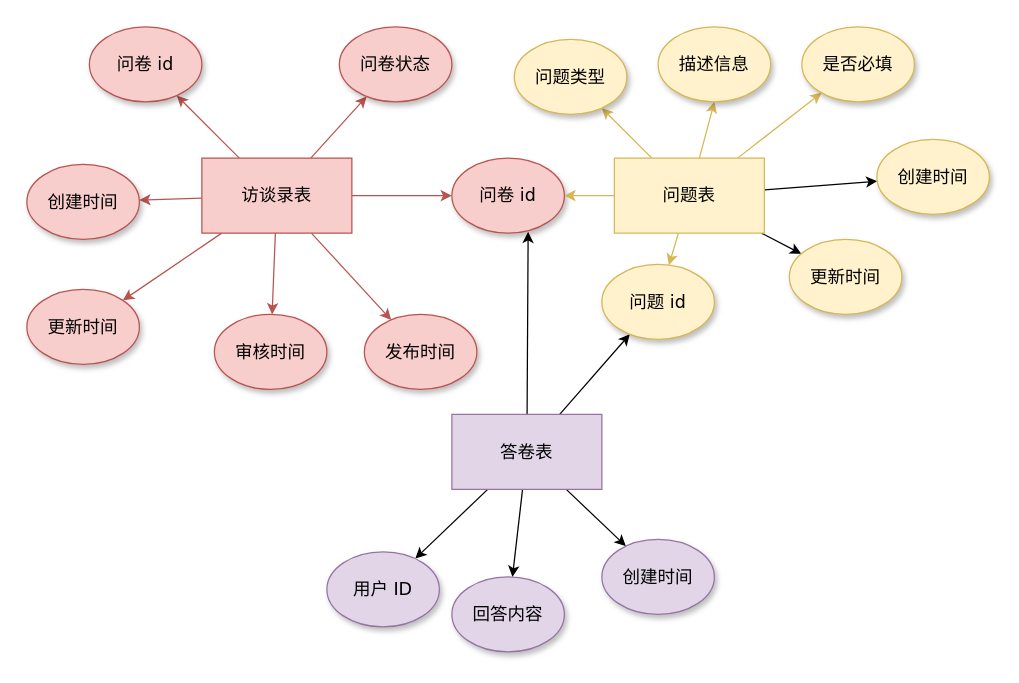
This is 访谈录ER.drawio from Eurkon/Diagrams, a draw.io file, before an edit. Source tidied: cells renumbered, new cells numbered last; positions are measured from the earlier drawing's top-left corner, leaving out a move shared by most shapes. Both pictures are drawn from the tidied source at 125%, with x=0, y=0 at pixel (26, 26).
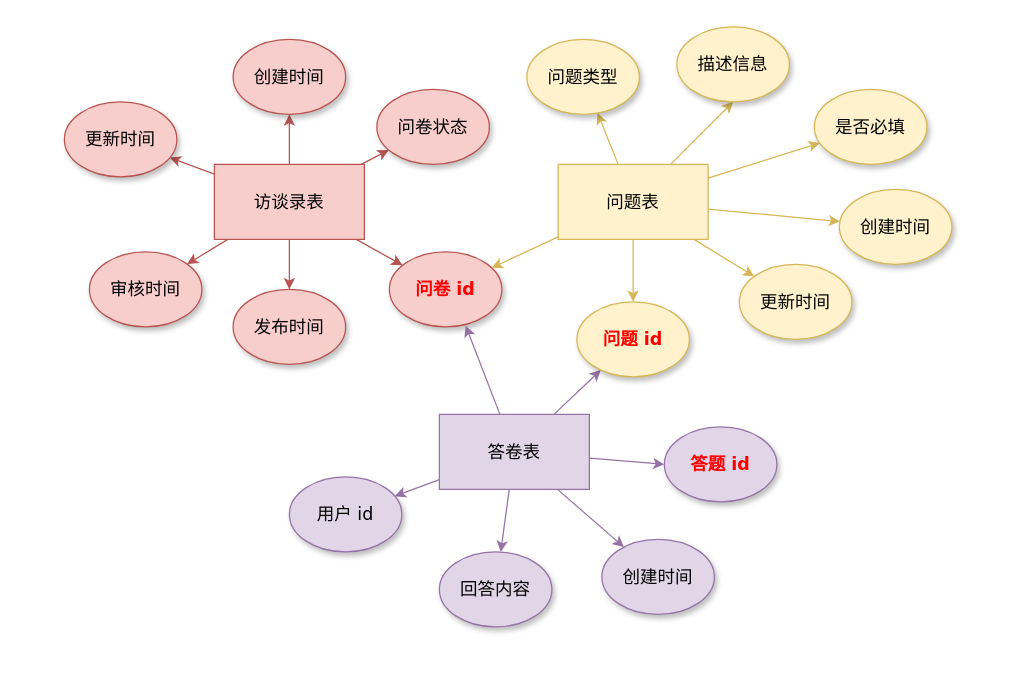
The same diagram, later.

Commit message (it also covers changes not shown here):
更新访谈录ER.drawio

The change refers to these unchanged cells:
```xml
<mxCell id="39" value="创建时间" style="ellipse;whiteSpace=wrap;html=1;rounded=0;shadow=1;comic=0;labelBackgroundColor=none;strokeWidth=1;fontFamily=Verdana;fontSize=14;align=center;fillColor=#e1d5e7;strokeColor=#9673a6;" parent="1" vertex="1">
  <mxGeometry x="460" y="410" width="90" height="60" as="geometry" />
</mxCell>
```

What changed in the source:
```diff
@@
-    <mxCell id="2" value="问卷 id" style="ellipse;whiteSpace=wrap;html=1;rounded=0;shadow=1;comic=0;labelBackgroundColor=none;strokeWidth=1;fontFamily=Verdana;fontSize=14;align=center;fillColor=#f8cecc;strokeColor=#b85450;gradientDirection=east;" parent="1" vertex="1">
-      <mxGeometry x="340" y="105" width="90" height="60" as="geometry" />
+    <mxCell id="2" value="&lt;b&gt;&lt;font color=&quot;#ff0000&quot;&gt;问卷 id&lt;/font&gt;&lt;/b&gt;" style="ellipse;whiteSpace=wrap;html=1;rounded=0;shadow=1;comic=0;labelBackgroundColor=none;strokeWidth=1;fontFamily=Verdana;fontSize=14;align=center;fillColor=#f8cecc;strokeColor=#b85450;gradientDirection=east;" parent="1" vertex="1">
+      <mxGeometry x="290" y="180" width="90" height="60" as="geometry" />
     </mxCell>
@@
-    <mxCell id="8" style="edgeStyle=none;rounded=0;jettySize=auto;html=1;fontSize=14;fillColor=#f8cecc;strokeColor=#b85450;" parent="1" edge="1" source="10" target="29">
-      <mxGeometry relative="1" as="geometry" />
-    </mxCell>
-    <mxCell id="9" style="edgeStyle=none;rounded=0;jettySize=auto;html=1;entryX=1;entryY=0;entryDx=0;entryDy=0;fontSize=14;fillColor=#f8cecc;strokeColor=#b85450;" parent="1" edge="1" source="10" target="35">
+    <mxCell id="9" style="edgeStyle=none;rounded=0;jettySize=auto;html=1;fontSize=14;fillColor=#f8cecc;strokeColor=#b85450;" parent="1" edge="1" source="10" target="35">
       <mxGeometry relative="1" as="geometry" />
     </mxCell>
     <mxCell id="10" value="访谈录表" style="rounded=0;whiteSpace=wrap;html=1;fontSize=14;fillColor=#f8cecc;strokeColor=#b85450;" parent="1" vertex="1">
-      <mxGeometry x="140" y="105" width="120" height="60" as="geometry" />
+      <mxGeometry x="150" y="110" width="120" height="60" as="geometry" />
     </mxCell>
-    <mxCell id="11" style="edgeStyle=none;rounded=0;jettySize=auto;html=1;entryX=1;entryY=0.5;entryDx=0;entryDy=0;fontSize=14;fillColor=#fff2cc;strokeColor=#d6b656;" parent="1" edge="1" source="18" target="2">
-      <mxGeometry relative="1" as="geometry" />
-    </mxCell>
@@
-    <mxCell id="16" style="edgeStyle=none;rounded=0;jettySize=auto;html=1;fontSize=14;" parent="1" edge="1" source="18" target="36">
+    <mxCell id="16" style="edgeStyle=none;rounded=0;jettySize=auto;html=1;fontSize=14;fillColor=#fff2cc;strokeColor=#d6b656;" parent="1" edge="1" source="18" target="36">
       <mxGeometry relative="1" as="geometry" />
     </mxCell>
-    <mxCell id="17" style="edgeStyle=none;rounded=0;jettySize=auto;html=1;fontSize=14;" parent="1" edge="1" source="18" target="37">
+    <mxCell id="17" style="edgeStyle=none;rounded=0;jettySize=auto;html=1;fontSize=14;fillColor=#fff2cc;strokeColor=#d6b656;" parent="1" edge="1" source="18" target="37">
       <mxGeometry relative="1" as="geometry" />
     </mxCell>
+    <mxCell id="11" style="edgeStyle=none;rounded=0;jettySize=auto;html=1;fontSize=14;fillColor=#fff2cc;strokeColor=#d6b656;" parent="1" edge="1" source="18" target="2">
+      <mxGeometry relative="1" as="geometry" />
+    </mxCell>
     <mxCell id="18" value="问题表" style="rounded=0;whiteSpace=wrap;html=1;fontSize=14;fillColor=#fff2cc;strokeColor=#d6b656;" parent="1" vertex="1">
-      <mxGeometry x="470" y="105" width="120" height="60" as="geometry" />
+      <mxGeometry x="425" y="110" width="120" height="60" as="geometry" />
     </mxCell>
-    <mxCell id="19" style="edgeStyle=none;rounded=0;jettySize=auto;html=1;entryX=0.678;entryY=0.983;entryDx=0;entryDy=0;entryPerimeter=0;fontSize=14;" parent="1" edge="1" source="24" target="2">
+    <mxCell id="19" style="edgeStyle=none;rounded=0;jettySize=auto;html=1;entryX=0.678;entryY=0.983;entryDx=0;entryDy=0;entryPerimeter=0;fontSize=14;fillColor=#e1d5e7;strokeColor=#9673a6;" parent="1" edge="1" source="24" target="2">
       <mxGeometry relative="1" as="geometry" />
     </mxCell>
-    <mxCell id="20" style="edgeStyle=none;rounded=0;jettySize=auto;html=1;fontSize=14;" parent="1" edge="1" source="24" target="30">
+    <mxCell id="20" style="edgeStyle=none;rounded=0;jettySize=auto;html=1;fontSize=14;fillColor=#e1d5e7;strokeColor=#9673a6;" parent="1" edge="1" source="24" target="30">
       <mxGeometry relative="1" as="geometry" />
     </mxCell>
-    <mxCell id="21" style="edgeStyle=none;rounded=0;jettySize=auto;html=1;fontSize=14;" parent="1" edge="1" source="24" target="34">
+    <mxCell id="21" style="edgeStyle=none;rounded=0;jettySize=auto;html=1;fontSize=14;fillColor=#e1d5e7;strokeColor=#9673a6;" parent="1" edge="1" source="24" target="34">
       <mxGeometry relative="1" as="geometry" />
     </mxCell>
-    <mxCell id="22" style="edgeStyle=none;rounded=0;jettySize=auto;html=1;fontSize=14;" parent="1" edge="1" source="24" target="38">
+    <mxCell id="22" style="edgeStyle=none;rounded=0;jettySize=auto;html=1;fontSize=14;fillColor=#e1d5e7;strokeColor=#9673a6;" parent="1" edge="1" source="24" target="38">
       <mxGeometry relative="1" as="geometry" />
     </mxCell>
-    <mxCell id="23" style="edgeStyle=none;rounded=0;jettySize=auto;html=1;fontSize=14;" parent="1" edge="1" source="24" target="39">
+    <mxCell id="23" style="edgeStyle=none;rounded=0;jettySize=auto;html=1;fontSize=14;fillColor=#e1d5e7;strokeColor=#9673a6;" parent="1" edge="1" source="24" target="39">
       <mxGeometry relative="1" as="geometry" />
     </mxCell>
+    <mxCell id="40" style="edgeStyle=none;rounded=0;jettySize=auto;html=1;entryX=0;entryY=0.5;entryDx=0;entryDy=0;fontSize=14;fillColor=#e1d5e7;strokeColor=#9673a6;" parent="1" edge="1" source="24" target="41">
+      <mxGeometry relative="1" as="geometry" />
+    </mxCell>
     <mxCell id="24" value="答卷表" style="rounded=0;whiteSpace=wrap;html=1;fontSize=14;fillColor=#e1d5e7;strokeColor=#9673a6;" parent="1" vertex="1">
-      <mxGeometry x="340" y="310" width="120" height="60" as="geometry" />
+      <mxGeometry x="330" y="310" width="120" height="60" as="geometry" />
     </mxCell>
     <mxCell id="25" value="问卷状态" style="ellipse;whiteSpace=wrap;html=1;rounded=0;shadow=1;comic=0;labelBackgroundColor=none;strokeWidth=1;fontFamily=Verdana;fontSize=14;align=center;fillColor=#f8cecc;strokeColor=#b85450;" parent="1" vertex="1">
-      <mxGeometry x="250" width="90" height="60" as="geometry" />
+      <mxGeometry x="280" y="50" width="90" height="60" as="geometry" />
     </mxCell>
     <mxCell id="26" value="发布时间" style="ellipse;whiteSpace=wrap;html=1;rounded=0;shadow=1;comic=0;labelBackgroundColor=none;strokeWidth=1;fontFamily=Verdana;fontSize=14;align=center;fillColor=#f8cecc;strokeColor=#b85450;" parent="1" vertex="1">
-      <mxGeometry x="270" y="230" width="90" height="60" as="geometry" />
+      <mxGeometry x="165" y="210" width="90" height="60" as="geometry" />
     </mxCell>
     <mxCell id="27" value="审核时间" style="ellipse;whiteSpace=wrap;html=1;rounded=0;shadow=1;comic=0;labelBackgroundColor=none;strokeWidth=1;fontFamily=Verdana;fontSize=14;align=center;fillColor=#f8cecc;strokeColor=#b85450;" parent="1" vertex="1">
-      <mxGeometry x="150" y="230" width="90" height="60" as="geometry" />
+      <mxGeometry x="50" y="180" width="90" height="60" as="geometry" />
     </mxCell>
     <mxCell id="28" value="创建时间" style="ellipse;whiteSpace=wrap;html=1;rounded=0;shadow=1;comic=0;labelBackgroundColor=none;strokeWidth=1;fontFamily=Verdana;fontSize=14;align=center;fillColor=#f8cecc;strokeColor=#b85450;" parent="1" vertex="1">
-      <mxGeometry y="110" width="90" height="60" as="geometry" />
+      <mxGeometry x="165" y="10" width="90" height="60" as="geometry" />
     </mxCell>
-    <mxCell id="29" value="问卷 id" style="ellipse;whiteSpace=wrap;html=1;rounded=0;shadow=1;comic=0;labelBackgroundColor=none;strokeWidth=1;fontFamily=Verdana;fontSize=14;align=center;fillColor=#f8cecc;strokeColor=#b85450;" parent="1" vertex="1">
-      <mxGeometry x="50" width="90" height="60" as="geometry" />
-    </mxCell>
-    <mxCell id="30" value="问题 id" style="ellipse;whiteSpace=wrap;html=1;rounded=0;shadow=1;comic=0;labelBackgroundColor=none;strokeWidth=1;fontFamily=Verdana;fontSize=14;align=center;fillColor=#fff2cc;strokeColor=#d6b656;" parent="1" vertex="1">
-      <mxGeometry x="460" y="190" width="90" height="60" as="geometry" />
+    <mxCell id="30" value="&lt;b&gt;&lt;font color=&quot;#ff0000&quot;&gt;问题 id&lt;/font&gt;&lt;/b&gt;" style="ellipse;whiteSpace=wrap;html=1;rounded=0;shadow=1;comic=0;labelBackgroundColor=none;strokeWidth=1;fontFamily=Verdana;fontSize=14;align=center;fillColor=#fff2cc;strokeColor=#d6b656;" parent="1" vertex="1">
+      <mxGeometry x="440" y="220" width="90" height="60" as="geometry" />
     </mxCell>
     <mxCell id="31" value="问题类型" style="ellipse;whiteSpace=wrap;html=1;rounded=0;shadow=1;comic=0;labelBackgroundColor=none;strokeWidth=1;fontFamily=Verdana;fontSize=14;align=center;fillColor=#fff2cc;strokeColor=#d6b656;" parent="1" vertex="1">
-      <mxGeometry x="390" y="10" width="90" height="60" as="geometry" />
+      <mxGeometry x="400" y="10" width="90" height="60" as="geometry" />
     </mxCell>
     <mxCell id="32" value="是否必填" style="ellipse;whiteSpace=wrap;html=1;rounded=0;shadow=1;comic=0;labelBackgroundColor=none;strokeWidth=1;fontFamily=Verdana;fontSize=14;align=center;fillColor=#fff2cc;strokeColor=#d6b656;" parent="1" vertex="1">
-      <mxGeometry x="620" width="90" height="60" as="geometry" />
+      <mxGeometry x="630" y="50" width="90" height="60" as="geometry" />
     </mxCell>
     <mxCell id="33" value="描述信息" style="ellipse;whiteSpace=wrap;html=1;rounded=0;shadow=1;comic=0;labelBackgroundColor=none;strokeWidth=1;fontFamily=Verdana;fontSize=14;align=center;fillColor=#fff2cc;strokeColor=#d6b656;" parent="1" vertex="1">
-      <mxGeometry x="505" width="90" height="60" as="geometry" />
+      <mxGeometry x="520" width="90" height="60" as="geometry" />
     </mxCell>
     <mxCell id="34" value="回答内容" style="ellipse;whiteSpace=wrap;html=1;rounded=0;shadow=1;comic=0;labelBackgroundColor=none;strokeWidth=1;fontFamily=Verdana;fontSize=14;align=center;fillColor=#e1d5e7;strokeColor=#9673a6;" parent="1" vertex="1">
-      <mxGeometry x="340" y="440" width="90" height="60" as="geometry" />
+      <mxGeometry x="330" y="420" width="90" height="60" as="geometry" />
     </mxCell>
     <mxCell id="35" value="更新时间" style="ellipse;whiteSpace=wrap;html=1;rounded=0;shadow=1;comic=0;labelBackgroundColor=none;strokeWidth=1;fontFamily=Verdana;fontSize=14;align=center;fillColor=#f8cecc;strokeColor=#b85450;" parent="1" vertex="1">
-      <mxGeometry y="210" width="90" height="60" as="geometry" />
+      <mxGeometry x="30" y="60" width="90" height="60" as="geometry" />
     </mxCell>
     <mxCell id="36" value="创建时间" style="ellipse;whiteSpace=wrap;html=1;rounded=0;shadow=1;comic=0;labelBackgroundColor=none;strokeWidth=1;fontFamily=Verdana;fontSize=14;align=center;fillColor=#fff2cc;strokeColor=#d6b656;" parent="1" vertex="1">
-      <mxGeometry x="680" y="90" width="90" height="60" as="geometry" />
+      <mxGeometry x="650" y="130" width="90" height="60" as="geometry" />
     </mxCell>
     <mxCell id="37" value="更新时间" style="ellipse;whiteSpace=wrap;html=1;rounded=0;shadow=1;comic=0;labelBackgroundColor=none;strokeWidth=1;fontFamily=Verdana;fontSize=14;align=center;fillColor=#fff2cc;strokeColor=#d6b656;" parent="1" vertex="1">
-      <mxGeometry x="610" y="170" width="90" height="60" as="geometry" />
+      <mxGeometry x="570" y="190" width="90" height="60" as="geometry" />
     </mxCell>
-    <mxCell id="38" value="用户 ID" style="ellipse;whiteSpace=wrap;html=1;rounded=0;shadow=1;comic=0;labelBackgroundColor=none;strokeWidth=1;fontFamily=Verdana;fontSize=14;align=center;fillColor=#e1d5e7;strokeColor=#9673a6;" parent="1" vertex="1">
-      <mxGeometry x="240" y="420" width="90" height="60" as="geometry" />
+    <mxCell id="38" value="用户 id" style="ellipse;whiteSpace=wrap;html=1;rounded=0;shadow=1;comic=0;labelBackgroundColor=none;strokeWidth=1;fontFamily=Verdana;fontSize=14;align=center;fillColor=#e1d5e7;strokeColor=#9673a6;" parent="1" vertex="1">
+      <mxGeometry x="210" y="360" width="90" height="60" as="geometry" />
     </mxCell>
@@
+    <mxCell id="41" value="&lt;b&gt;&lt;font color=&quot;#ff0000&quot;&gt;答题 id&lt;/font&gt;&lt;/b&gt;" style="ellipse;whiteSpace=wrap;html=1;rounded=0;shadow=1;comic=0;labelBackgroundColor=none;strokeWidth=1;fontFamily=Verdana;fontSize=14;align=center;fillColor=#e1d5e7;strokeColor=#9673a6;" parent="1" vertex="1">
+      <mxGeometry x="510" y="320" width="90" height="60" as="geometry" />
+    </mxCell>
```
